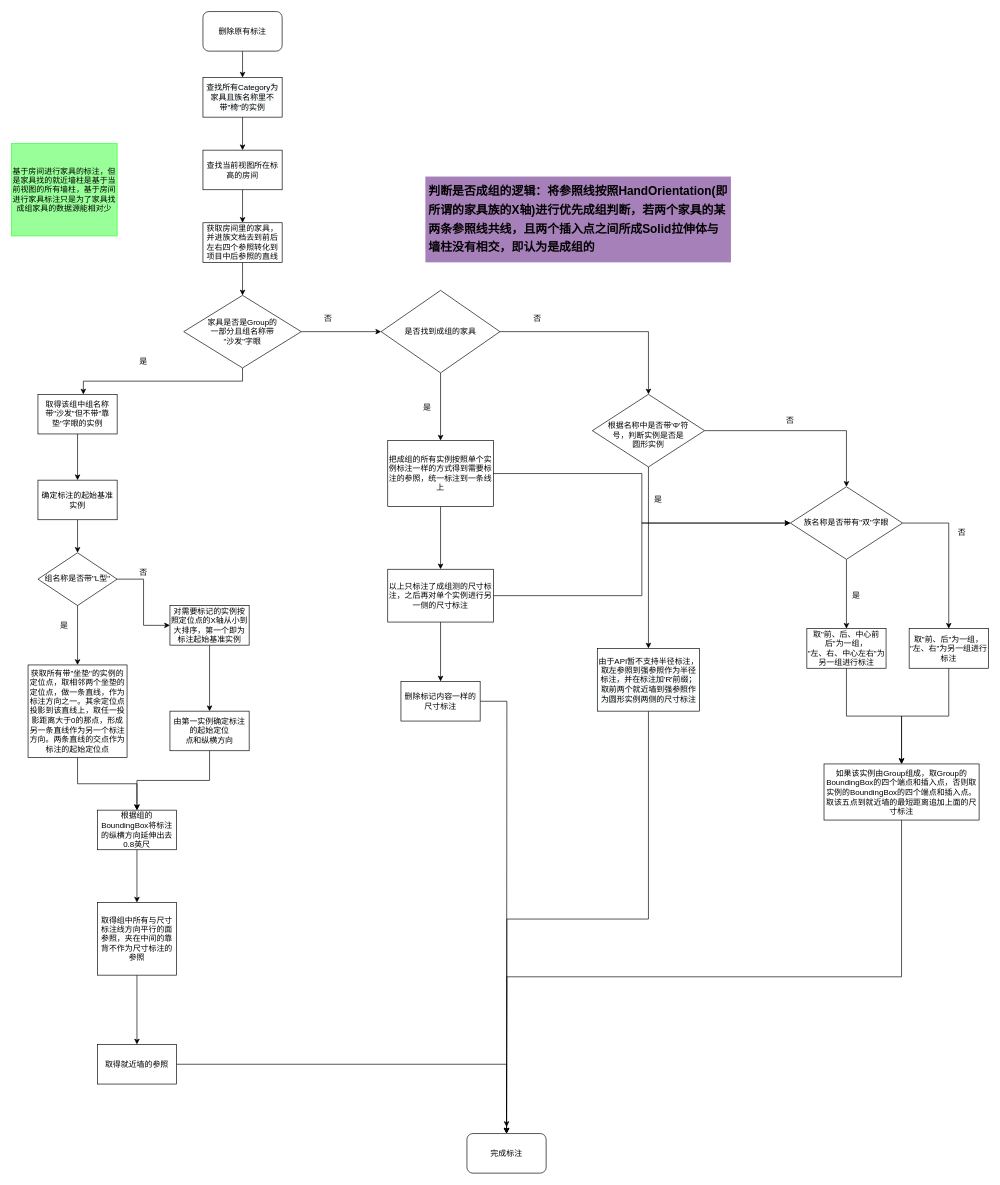
zhangguanjiong/FLowChart keeps this draw.io diagram as 家具尺寸标注流程图.drawio. Above is the earlier version. Source tidied: cells renumbered, new cells numbered last; positions are measured from the earlier drawing's top-left corner, leaving out a move shared by most shapes. Both pictures are drawn from the tidied source at 66%, with x=0, y=0 at pixel (11, 11).
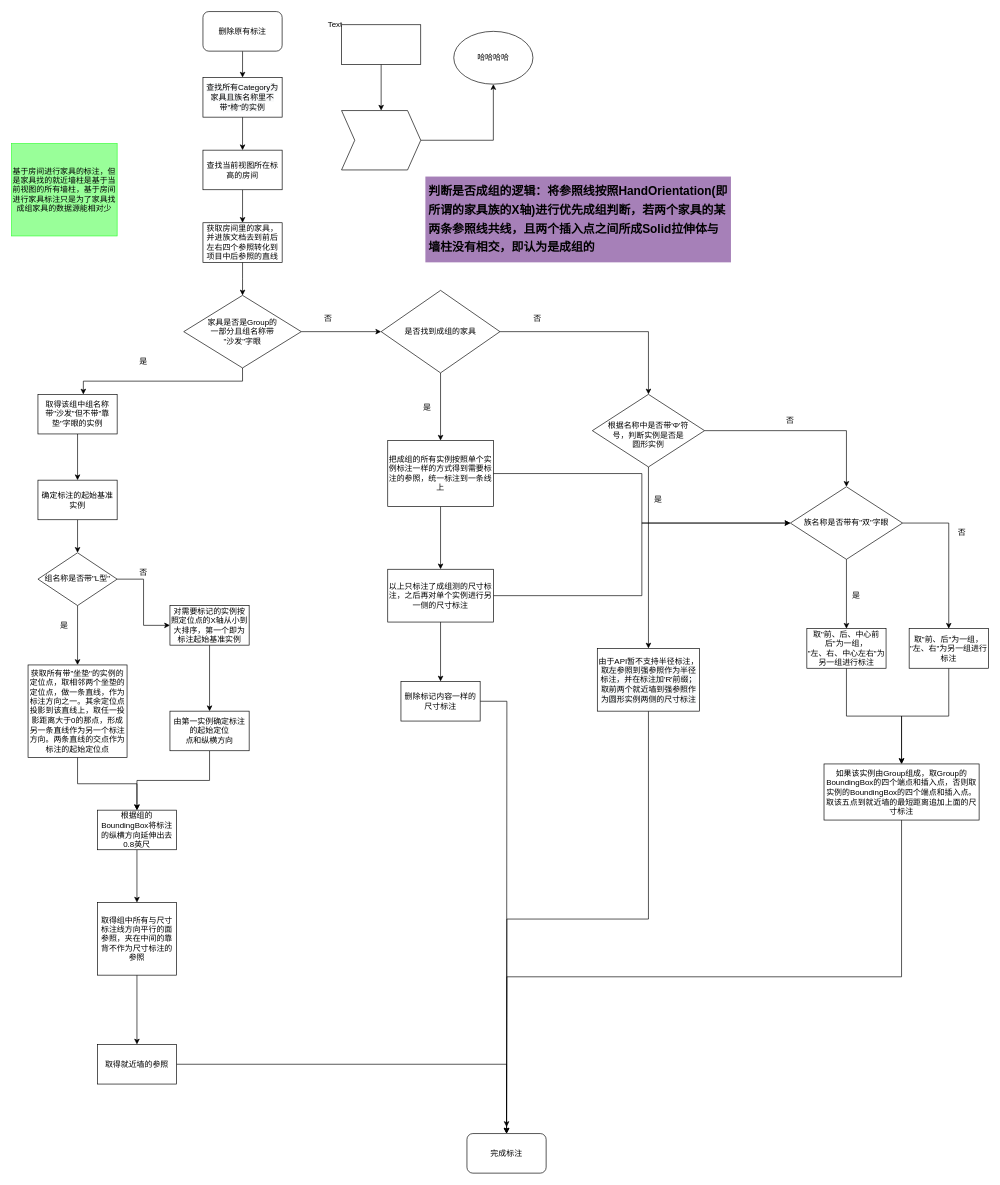
After the change.

Commit message:
Update 家具尺寸标注流程图.drawio

Diff of the diagram source:
```diff
@@
+    <mxCell id="70" value="哈哈哈哈" style="ellipse;whiteSpace=wrap;html=1;" parent="1" vertex="1">
+      <mxGeometry x="670" y="30" width="120" height="80" as="geometry" />
+    </mxCell>
+    <mxCell id="71" value="Text" style="text;html=1;align=center;verticalAlign=middle;strokeColor=none;" parent="1" vertex="1">
+      <mxGeometry x="470" y="10" width="40" height="20" as="geometry" />
+    </mxCell>
+    <mxCell id="72" style="edgeStyle=orthogonalEdgeStyle;rounded=0;jettySize=auto;html=1;" parent="1" edge="1" source="73" target="75">
+      <mxGeometry relative="1" as="geometry" />
+    </mxCell>
+    <mxCell id="73" style="whiteSpace=wrap;html=1;" parent="1" vertex="1">
+      <mxGeometry x="500" y="20" width="120" height="60" as="geometry" />
+    </mxCell>
+    <mxCell id="74" style="edgeStyle=orthogonalEdgeStyle;rounded=0;jettySize=auto;html=1;" parent="1" edge="1" source="75" target="70">
+      <mxGeometry relative="1" as="geometry" />
+    </mxCell>
+    <mxCell id="75" style="shape=step;perimeter=stepPerimeter;whiteSpace=wrap;html=1;fixedSize=1;" parent="1" vertex="1">
+      <mxGeometry x="500" y="150" width="120" height="90" as="geometry" />
+    </mxCell>
```
